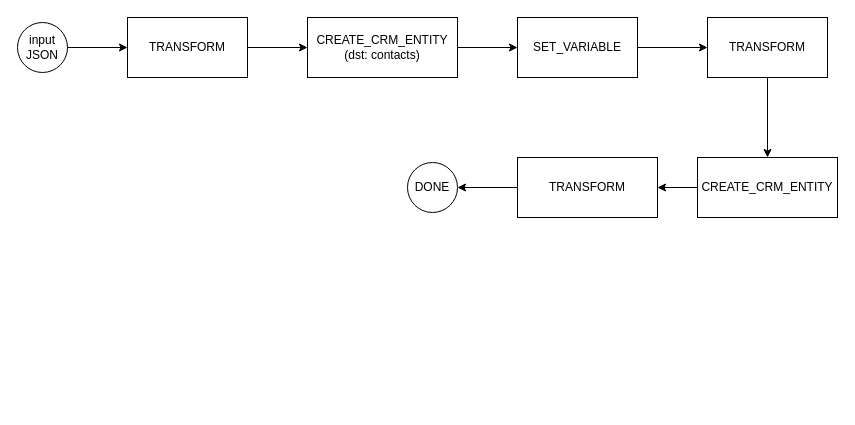
nvhoanganh/EleanorJob keeps this draw.io diagram as diagram.drawio. Above is the earlier version. Source tidied: cells renumbered, new cells numbered last; positions are measured from the earlier drawing's top-left corner, leaving out a move shared by most shapes. Both pictures are drawn from the tidied source at 100%, with x=0, y=0 at pixel (17, 17).
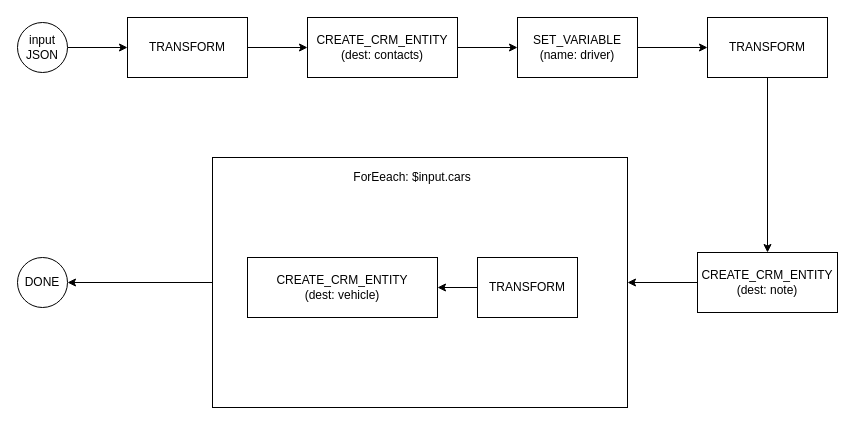
The same page after the edit.

Change to the diagram source:
```diff
@@
-    <mxCell id="5" value="CREATE_CRM_ENTITY&lt;br&gt;(dst: contacts)" style="rounded=0;whiteSpace=wrap;html=1;" parent="1" vertex="1">
+    <mxCell id="5" value="CREATE_CRM_ENTITY&lt;br&gt;(dest: contacts)" style="rounded=0;whiteSpace=wrap;html=1;" parent="1" vertex="1">
       <mxGeometry x="290" width="150" height="60" as="geometry" />
     </mxCell>
@@
-    <mxCell id="7" value="SET_VARIABLE" style="rounded=0;whiteSpace=wrap;html=1;" parent="1" vertex="1">
+    <mxCell id="7" value="SET_VARIABLE&lt;br&gt;(name: driver)" style="rounded=0;whiteSpace=wrap;html=1;" parent="1" vertex="1">
       <mxGeometry x="500" width="120" height="60" as="geometry" />
     </mxCell>
@@
-    <mxCell id="12" value="CREATE_CRM_ENTITY" style="rounded=0;whiteSpace=wrap;html=1;" parent="1" vertex="1">
-      <mxGeometry x="680" y="140" width="140" height="60" as="geometry" />
+    <mxCell id="12" value="CREATE_CRM_ENTITY&lt;br&gt;(dest: note)" style="rounded=0;whiteSpace=wrap;html=1;" parent="1" vertex="1">
+      <mxGeometry x="680" y="235" width="140" height="60" as="geometry" />
     </mxCell>
@@
-    <mxCell id="14" value="TRANSFORM" style="rounded=0;whiteSpace=wrap;html=1;" parent="1" vertex="1">
-      <mxGeometry x="500" y="140" width="140" height="60" as="geometry" />
+    <mxCell id="14" style="rounded=0;whiteSpace=wrap;html=1;" parent="1" vertex="1">
+      <mxGeometry x="195" y="140" width="415" height="250" as="geometry" />
     </mxCell>
     <mxCell id="15" value="DONE" style="ellipse;whiteSpace=wrap;html=1;" parent="1" vertex="1">
-      <mxGeometry x="390" y="145" width="50" height="50" as="geometry" />
+      <mxGeometry y="240" width="50" height="50" as="geometry" />
     </mxCell>
@@
+    <mxCell id="17" style="edgeStyle=orthogonalEdgeStyle;rounded=0;jettySize=auto;html=1;" parent="1" edge="1" source="18" target="19">
+      <mxGeometry relative="1" as="geometry" />
+    </mxCell>
+    <mxCell id="18" value="TRANSFORM" style="rounded=0;whiteSpace=wrap;html=1;" parent="1" vertex="1">
+      <mxGeometry x="460" y="240" width="100" height="60" as="geometry" />
+    </mxCell>
+    <mxCell id="19" value="CREATE_CRM_ENTITY&lt;br&gt;(dest: vehicle)" style="rounded=0;whiteSpace=wrap;html=1;" parent="1" vertex="1">
+      <mxGeometry x="230" y="240" width="190" height="60" as="geometry" />
+    </mxCell>
+    <mxCell id="20" value="ForEeach: $input.cars" style="text;html=1;strokeColor=none;fillColor=none;align=center;verticalAlign=middle;whiteSpace=wrap;rounded=0;" parent="1" vertex="1">
+      <mxGeometry x="330" y="150" width="130" height="20" as="geometry" />
+    </mxCell>
```
